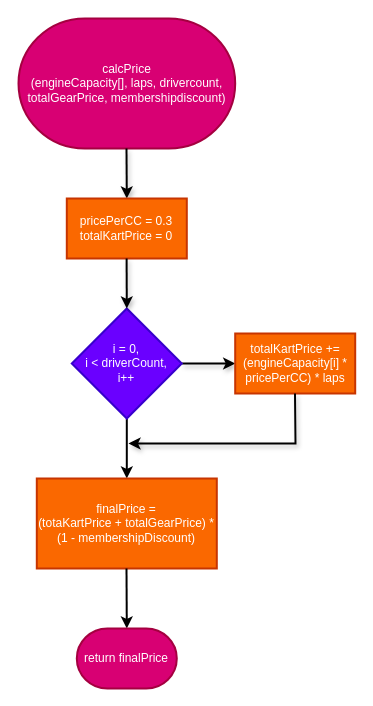
Earlier version of the draw.io diagram Flowcharts (draw.io)/calcPrice.drawio (shahxvi/csc126-group-project). Source tidied: cells renumbered, new cells numbered last; positions are measured from the earlier drawing's top-left corner, leaving out a move shared by most shapes. Both pictures are drawn from the tidied source at 100%, with x=0, y=0 at pixel (18, 18).
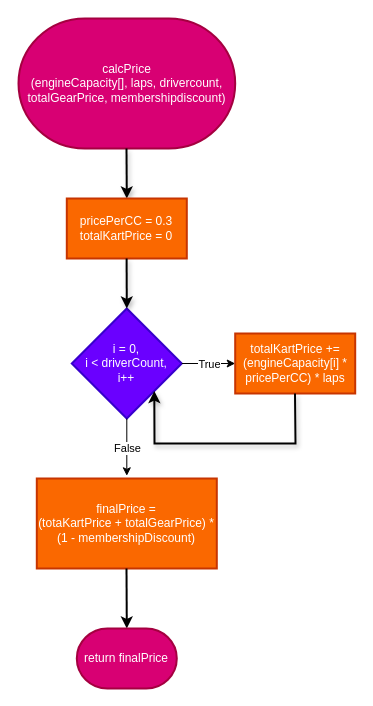
The same diagram, later.

The edit, as a diff of the source:
```diff
@@
 <mxGraphModel>
   <root>
     <mxCell id="0" />
     <mxCell id="1" parent="0" />
     <mxCell id="2" value="calcPrice&lt;br&gt;(engineCapacity[], laps, drivercount, totalGearPrice, membershipdiscount)" style="strokeWidth=2;html=1;shape=mxgraph.flowchart.terminator;whiteSpace=wrap;fillColor=#d80073;fontColor=#ffffff;strokeColor=#A50040;" parent="1" vertex="1">
       <mxGeometry width="216.7" height="130" as="geometry" />
     </mxCell>
     <mxCell id="3" style="edgeStyle=none;html=1;strokeWidth=2;shadow=1;entryX=0.5;entryY=0;entryDx=0;entryDy=0;" parent="1" edge="1" target="8">
       <mxGeometry relative="1" as="geometry">
         <mxPoint x="108" y="130" as="sourcePoint" />
       </mxGeometry>
     </mxCell>
-    <mxCell id="4" style="edgeStyle=none;html=1;strokeWidth=2;shadow=1;entryX=0;entryY=0.5;entryDx=0;entryDy=0;" parent="1" edge="1" target="5">
-      <mxGeometry relative="1" as="geometry">
-        <mxPoint x="163.3" y="344.9" as="sourcePoint" />
-      </mxGeometry>
-    </mxCell>
     <mxCell id="5" value="totalKartPrice += (engineCapacity[i] * pricePerCC) * laps" style="whiteSpace=wrap;html=1;strokeWidth=2;fillColor=#fa6800;fontColor=#FFFFFF;strokeColor=#C73500;" parent="1" vertex="1">
       <mxGeometry x="216.7" y="315" width="120" height="60" as="geometry" />
     </mxCell>
-    <mxCell id="6" style="edgeStyle=none;html=1;strokeWidth=2;" parent="1" edge="1" source="7" target="10">
-      <mxGeometry relative="1" as="geometry" />
-    </mxCell>
     <mxCell id="7" value="i = 0,&lt;br&gt;i &amp;lt; driverCount,&lt;br&gt;i++" style="rhombus;whiteSpace=wrap;html=1;strokeWidth=2;fillColor=#6a00ff;fontColor=#ffffff;strokeColor=#3700CC;" parent="1" vertex="1">
       <mxGeometry x="53.3" y="290" width="110" height="110" as="geometry" />
     </mxCell>
     <mxCell id="8" value="pricePerCC = 0.3&lt;br&gt;totalKartPrice = 0" style="whiteSpace=wrap;html=1;strokeWidth=2;fillColor=#fa6800;fontColor=#FFFFFF;strokeColor=#C73500;" parent="1" vertex="1">
       <mxGeometry x="48.3" y="180" width="120" height="60" as="geometry" />
     </mxCell>
     <mxCell id="9" style="edgeStyle=none;html=1;strokeWidth=2;shadow=1;entryX=0.5;entryY=0;entryDx=0;entryDy=0;" parent="1" edge="1" target="7">
       <mxGeometry relative="1" as="geometry">
         <mxPoint x="108.1" y="240" as="sourcePoint" />
       </mxGeometry>
     </mxCell>
     <mxCell id="10" value="finalPrice =&lt;br&gt;(totaKartPrice + totalGearPrice) *&lt;br&gt;(1 - membershipDiscount)" style="whiteSpace=wrap;html=1;strokeWidth=2;fillColor=#fa6800;fontColor=#FFFFFF;strokeColor=#C73500;" parent="1" vertex="1">
       <mxGeometry x="18.3" y="460" width="180" height="90" as="geometry" />
     </mxCell>
     <mxCell id="11" style="edgeStyle=none;html=1;strokeWidth=2;entryX=0.5;entryY=0;entryDx=0;entryDy=0;entryPerimeter=0;" parent="1" edge="1" target="12">
       <mxGeometry relative="1" as="geometry">
         <mxPoint x="108" y="550" as="sourcePoint" />
       </mxGeometry>
     </mxCell>
     <mxCell id="12" value="return finalPrice" style="strokeWidth=2;html=1;shape=mxgraph.flowchart.terminator;whiteSpace=wrap;fillColor=#d80073;fontColor=#ffffff;strokeColor=#A50040;" parent="1" vertex="1">
       <mxGeometry x="58.3" y="610" width="100" height="60" as="geometry" />
     </mxCell>
-    <mxCell id="13" style="edgeStyle=none;html=1;strokeWidth=2;shadow=1;rounded=0;curved=0;" parent="1" edge="1">
+    <mxCell id="13" style="edgeStyle=none;html=1;strokeWidth=2;shadow=1;rounded=0;curved=0;entryX=1;entryY=1;entryDx=0;entryDy=0;" parent="1" edge="1" target="7">
       <mxGeometry relative="1" as="geometry">
         <mxPoint x="276.5" y="375" as="sourcePoint" />
-        <mxPoint x="110" y="425" as="targetPoint" />
         <Array as="points">
           <mxPoint x="277" y="425" />
+          <mxPoint x="136" y="425" />
         </Array>
       </mxGeometry>
     </mxCell>
+    <mxCell id="14" style="endArrow=classic;html=1;exitX=1;exitY=0.5;exitDx=0;exitDy=0;entryX=0;entryY=0.5;entryDx=0;entryDy=0;" parent="1" edge="1" source="7" target="5">
+      <mxGeometry relative="1" as="geometry" />
+    </mxCell>
+    <mxCell id="15" value="True" style="edgeLabel;html=1;align=center;verticalAlign=middle;" parent="14" vertex="1">
+      <mxGeometry relative="1" as="geometry" />
+    </mxCell>
+    <mxCell id="6" style="endArrow=classic;html=1;exitX=0.5;exitY=1;exitDx=0;exitDy=0;entryX=0.5;entryY=-0.03;entryDx=0;entryDy=0;entryPerimeter=0;" parent="1" edge="1" source="7" target="10">
+      <mxGeometry relative="1" as="geometry" />
+    </mxCell>
+    <mxCell id="16" value="False" style="edgeLabel;html=1;align=center;verticalAlign=middle;" parent="6" vertex="1">
+      <mxGeometry relative="1" as="geometry" />
+    </mxCell>
   </root>
 </mxGraphModel>
```
